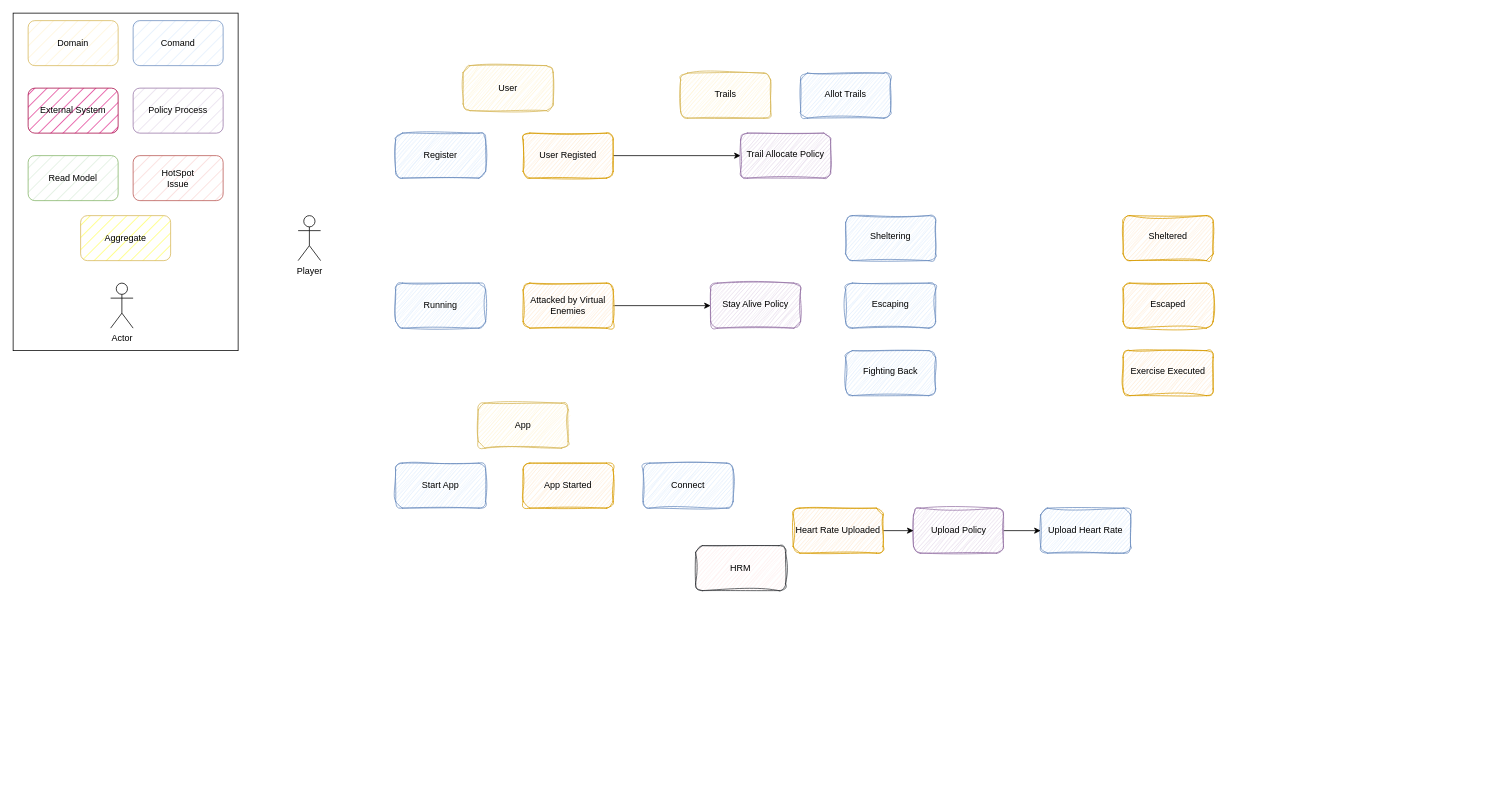
This is 735.drawio from CAS735-F23/macrun-yi_xiaoran_xue, a draw.io file, before an edit. Source tidied: cells renumbered, new cells numbered last; positions are measured from the earlier drawing's top-left corner, leaving out a move shared by most shapes. Both pictures are drawn from the tidied source at 75%, with x=0, y=0 at pixel (13, 13).
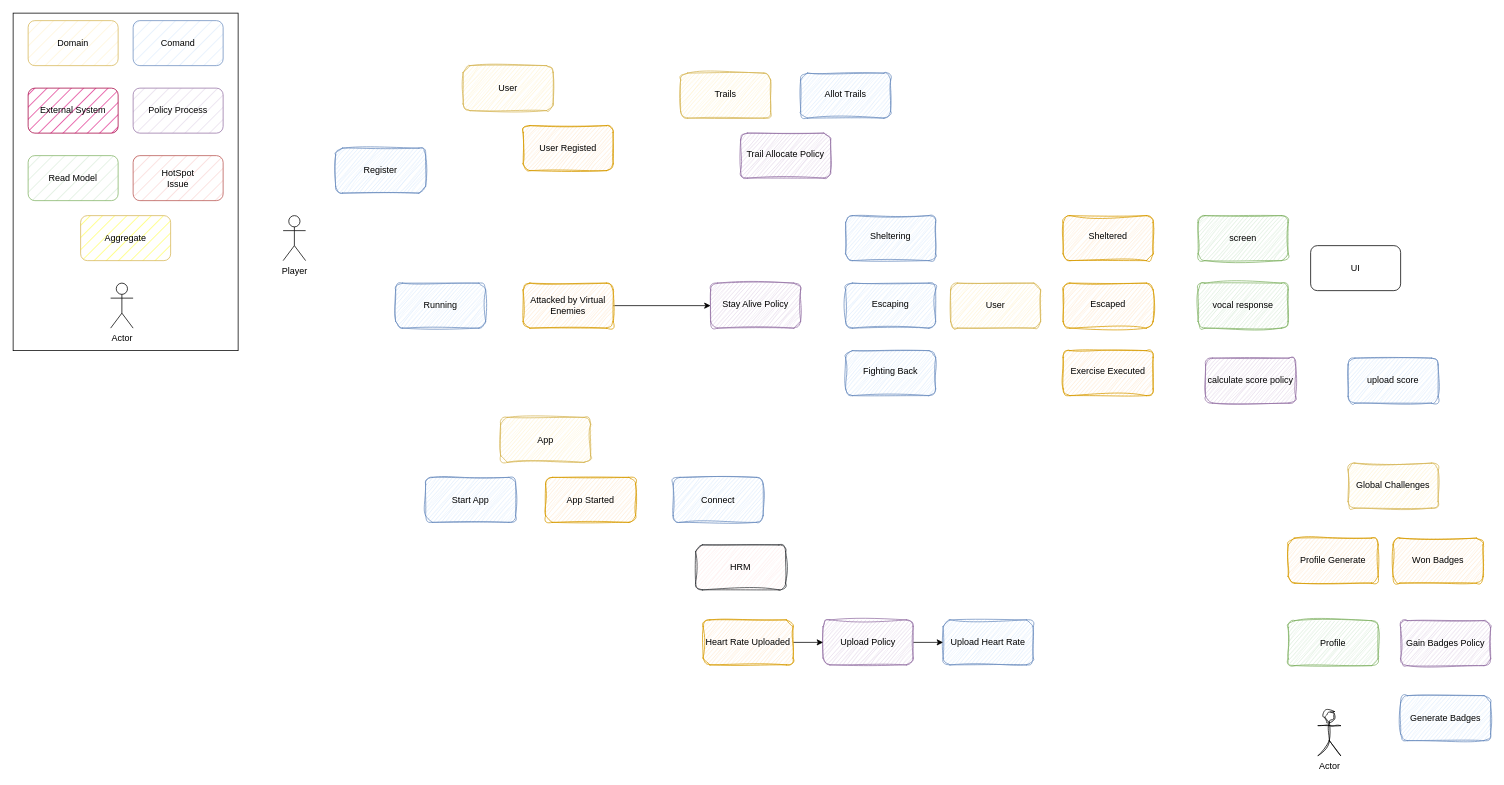
The same diagram, later.

The change refers to these unchanged cells:
```xml
<mxCell id="17" value="&lt;br&gt;Trail Allocate Policy" style="rounded=1;whiteSpace=wrap;html=1;sketch=1;jiggle=2;fillStyle=hatch;curveFitting=1;strokeColor=#9673a6;align=center;verticalAlign=top;fontFamily=Helvetica;fontSize=12;fillColor=#e1d5e7;" parent="1" vertex="1">
  <mxGeometry x="970" y="160" width="120" height="60" as="geometry" />
</mxCell>
```

Change to the diagram source:
```diff
@@
     <mxCell id="12" value="Player" style="shape=umlActor;verticalLabelPosition=bottom;verticalAlign=top;html=1;" parent="1" vertex="1">
-      <mxGeometry x="380" y="270" width="30" height="60" as="geometry" />
+      <mxGeometry x="360" y="270" width="30" height="60" as="geometry" />
     </mxCell>
     <mxCell id="13" value="Register" style="rounded=1;whiteSpace=wrap;html=1;fillColor=#dae8fc;strokeColor=#6c8ebf;fillStyle=hatch;sketch=1;curveFitting=1;jiggle=2;" parent="1" vertex="1">
-      <mxGeometry x="510" y="160" width="120" height="60" as="geometry" />
+      <mxGeometry x="430" y="180" width="120" height="60" as="geometry" />
     </mxCell>
@@
-    <mxCell id="15" style="edgeStyle=orthogonalEdgeStyle;rounded=0;jettySize=auto;html=1;entryX=0;entryY=0.5;entryDx=0;entryDy=0;fontFamily=Helvetica;fontSize=12;fontColor=default;" parent="1" edge="1" source="16" target="17">
-      <mxGeometry relative="1" as="geometry" />
-    </mxCell>
     <mxCell id="16" value="User Registed" style="rounded=1;whiteSpace=wrap;html=1;sketch=1;jiggle=2;fillStyle=hatch;curveFitting=1;strokeColor=#d79b00;align=center;verticalAlign=middle;fontFamily=Helvetica;fontSize=12;fillColor=#ffe6cc;" parent="1" vertex="1">
-      <mxGeometry x="680" y="160" width="120" height="60" as="geometry" />
+      <mxGeometry x="680" y="150" width="120" height="60" as="geometry" />
     </mxCell>
@@
     <mxCell id="27" value="HRM" style="rounded=1;whiteSpace=wrap;html=1;sketch=1;jiggle=2;fillStyle=hatch;curveFitting=1;strokeColor=#36393d;align=center;verticalAlign=middle;fontFamily=Helvetica;fontSize=12;fillColor=#FFE9E8;" parent="1" vertex="1">
-      <mxGeometry x="910" y="710" width="120" height="60" as="geometry" />
+      <mxGeometry x="910" y="709" width="120" height="60" as="geometry" />
     </mxCell>
     <mxCell id="28" value="Start App" style="rounded=1;whiteSpace=wrap;html=1;fillColor=#dae8fc;strokeColor=#6c8ebf;fillStyle=hatch;sketch=1;curveFitting=1;jiggle=2;" parent="1" vertex="1">
-      <mxGeometry x="510" y="600" width="120" height="60" as="geometry" />
+      <mxGeometry x="550" y="619" width="120" height="60" as="geometry" />
     </mxCell>
     <mxCell id="29" value="Upload Heart Rate" style="rounded=1;whiteSpace=wrap;html=1;sketch=1;jiggle=2;fillStyle=hatch;curveFitting=1;strokeColor=#6c8ebf;align=center;verticalAlign=middle;fontFamily=Helvetica;fontSize=12;fillColor=#dae8fc;" parent="1" vertex="1">
-      <mxGeometry x="1370" y="660" width="120" height="60" as="geometry" />
+      <mxGeometry x="1240" y="809" width="120" height="60" as="geometry" />
     </mxCell>
     <mxCell id="30" value="App" style="rounded=1;whiteSpace=wrap;html=1;sketch=1;jiggle=2;fillStyle=hatch;curveFitting=1;strokeColor=#d6b656;align=center;verticalAlign=middle;fontFamily=Helvetica;fontSize=12;fillColor=#fff2cc;" parent="1" vertex="1">
-      <mxGeometry x="620" y="520" width="120" height="60" as="geometry" />
+      <mxGeometry x="650" y="539" width="120" height="60" as="geometry" />
     </mxCell>
     <mxCell id="31" value="&lt;br&gt;Sheltered" style="rounded=1;whiteSpace=wrap;html=1;fillStyle=hatch;strokeColor=#d79b00;align=center;verticalAlign=top;fontFamily=Helvetica;fontSize=12;fillColor=#ffe6cc;sketch=1;curveFitting=1;jiggle=2;" parent="1" vertex="1">
-      <mxGeometry x="1480" y="270" width="120" height="60" as="geometry" />
+      <mxGeometry x="1400" y="270" width="120" height="60" as="geometry" />
     </mxCell>
     <mxCell id="32" value="App Started" style="rounded=1;whiteSpace=wrap;html=1;sketch=1;jiggle=2;fillStyle=hatch;curveFitting=1;strokeColor=#d79b00;align=center;verticalAlign=middle;fontFamily=Helvetica;fontSize=12;fillColor=#ffe6cc;" parent="1" vertex="1">
-      <mxGeometry x="680" y="600" width="120" height="60" as="geometry" />
+      <mxGeometry x="710" y="619" width="120" height="60" as="geometry" />
     </mxCell>
     <mxCell id="33" value="&lt;br&gt;Escaped" style="rounded=1;whiteSpace=wrap;html=1;fillStyle=hatch;strokeColor=#d79b00;align=center;verticalAlign=top;fontFamily=Helvetica;fontSize=12;fillColor=#ffe6cc;sketch=1;curveFitting=1;jiggle=2;" parent="1" vertex="1">
-      <mxGeometry x="1480" y="360" width="120" height="60" as="geometry" />
+      <mxGeometry x="1400" y="360" width="120" height="60" as="geometry" />
     </mxCell>
@@
     <mxCell id="35" value="&lt;br&gt;Exercise Executed" style="rounded=1;whiteSpace=wrap;html=1;fillStyle=hatch;strokeColor=#d79b00;align=center;verticalAlign=top;fontFamily=Helvetica;fontSize=12;fillColor=#ffe6cc;sketch=1;curveFitting=1;jiggle=2;" parent="1" vertex="1">
-      <mxGeometry x="1480" y="450" width="120" height="60" as="geometry" />
+      <mxGeometry x="1400" y="450" width="120" height="60" as="geometry" />
     </mxCell>
     <mxCell id="36" value="Upload Policy" style="rounded=1;whiteSpace=wrap;html=1;sketch=1;jiggle=2;fillStyle=hatch;curveFitting=1;strokeColor=#9673a6;align=center;verticalAlign=middle;fontFamily=Helvetica;fontSize=12;fillColor=#e1d5e7;" parent="1" vertex="1">
-      <mxGeometry x="1200.5" y="660" width="120" height="60" as="geometry" />
+      <mxGeometry x="1080" y="809" width="120" height="60" as="geometry" />
     </mxCell>
@@
     <mxCell id="38" value="Heart Rate Uploaded" style="rounded=1;whiteSpace=wrap;html=1;sketch=1;jiggle=2;fillStyle=hatch;curveFitting=1;strokeColor=#d79b00;align=center;verticalAlign=middle;fontFamily=Helvetica;fontSize=12;fillColor=#ffe6cc;" parent="1" vertex="1">
-      <mxGeometry x="1040" y="660" width="120" height="60" as="geometry" />
+      <mxGeometry x="920" y="809" width="120" height="60" as="geometry" />
     </mxCell>
     <mxCell id="39" value="Connect" style="rounded=1;whiteSpace=wrap;html=1;sketch=1;jiggle=2;fillStyle=hatch;curveFitting=1;strokeColor=#6c8ebf;align=center;verticalAlign=middle;fontFamily=Helvetica;fontSize=12;fillColor=#dae8fc;" parent="1" vertex="1">
-      <mxGeometry x="840" y="600" width="120" height="60" as="geometry" />
+      <mxGeometry x="880" y="619" width="120" height="60" as="geometry" />
     </mxCell>
@@
+    <mxCell id="41" value="User" style="rounded=1;whiteSpace=wrap;html=1;sketch=1;jiggle=2;fillStyle=hatch;curveFitting=1;strokeColor=#d6b656;align=center;verticalAlign=middle;fontFamily=Helvetica;fontSize=12;fillColor=#fff2cc;" parent="1" vertex="1">
+      <mxGeometry x="1250" y="360" width="120" height="60" as="geometry" />
+    </mxCell>
+    <mxCell id="42" value="screen" style="rounded=1;whiteSpace=wrap;html=1;fillColor=#d5e8d4;strokeColor=#82b366;fillStyle=hatch;sketch=1;curveFitting=1;jiggle=2;" parent="1" vertex="1">
+      <mxGeometry x="1580" y="270" width="120" height="60" as="geometry" />
+    </mxCell>
+    <mxCell id="43" value="vocal response" style="rounded=1;whiteSpace=wrap;html=1;fillColor=#d5e8d4;strokeColor=#82b366;fillStyle=hatch;sketch=1;curveFitting=1;jiggle=2;" parent="1" vertex="1">
+      <mxGeometry x="1580" y="360" width="120" height="60" as="geometry" />
+    </mxCell>
+    <mxCell id="44" value="UI" style="rounded=1;whiteSpace=wrap;html=1;" parent="1" vertex="1">
+      <mxGeometry x="1730" y="310" width="120" height="60" as="geometry" />
+    </mxCell>
+    <mxCell id="45" value="Global Challenges" style="rounded=1;whiteSpace=wrap;html=1;sketch=1;jiggle=2;fillStyle=hatch;curveFitting=1;strokeColor=#d6b656;align=center;verticalAlign=middle;fontFamily=Helvetica;fontSize=12;fillColor=#fff2cc;" parent="1" vertex="1">
+      <mxGeometry x="1780" y="600" width="120" height="60" as="geometry" />
+    </mxCell>
+    <mxCell id="46" value="calculate score policy" style="rounded=1;whiteSpace=wrap;html=1;sketch=1;jiggle=2;fillStyle=hatch;curveFitting=1;strokeColor=#9673a6;align=center;verticalAlign=middle;fontFamily=Helvetica;fontSize=12;fillColor=#e1d5e7;" parent="1" vertex="1">
+      <mxGeometry x="1590" y="460" width="120" height="60" as="geometry" />
+    </mxCell>
+    <mxCell id="47" value="upload score" style="rounded=1;whiteSpace=wrap;html=1;sketch=1;jiggle=2;fillStyle=hatch;curveFitting=1;strokeColor=#6c8ebf;align=center;verticalAlign=middle;fontFamily=Helvetica;fontSize=12;fillColor=#dae8fc;" parent="1" vertex="1">
+      <mxGeometry x="1780" y="460" width="120" height="60" as="geometry" />
+    </mxCell>
+    <mxCell id="48" value="Profile Generate" style="rounded=1;whiteSpace=wrap;html=1;sketch=1;jiggle=2;fillStyle=hatch;curveFitting=1;strokeColor=#d79b00;align=center;verticalAlign=middle;fontFamily=Helvetica;fontSize=12;fillColor=#ffe6cc;" parent="1" vertex="1">
+      <mxGeometry x="1700" y="700" width="120" height="60" as="geometry" />
+    </mxCell>
+    <mxCell id="49" value="Won Badges" style="rounded=1;whiteSpace=wrap;html=1;sketch=1;jiggle=2;fillStyle=hatch;curveFitting=1;strokeColor=#d79b00;align=center;verticalAlign=middle;fontFamily=Helvetica;fontSize=12;fillColor=#ffe6cc;" parent="1" vertex="1">
+      <mxGeometry x="1840" y="700" width="120" height="60" as="geometry" />
+    </mxCell>
+    <mxCell id="50" value="Profile" style="rounded=1;whiteSpace=wrap;html=1;sketch=1;jiggle=2;fillStyle=hatch;curveFitting=1;strokeColor=#82b366;align=center;verticalAlign=middle;fontFamily=Helvetica;fontSize=12;fillColor=#d5e8d4;" parent="1" vertex="1">
+      <mxGeometry x="1700" y="810" width="120" height="60" as="geometry" />
+    </mxCell>
+    <mxCell id="51" value="Actor" style="shape=umlActor;verticalLabelPosition=bottom;verticalAlign=top;html=1;rounded=1;sketch=1;jiggle=2;fillStyle=hatch;curveFitting=1;align=center;fontFamily=Helvetica;fontSize=12;" parent="1" vertex="1">
+      <mxGeometry x="1740" y="930" width="30" height="60" as="geometry" />
+    </mxCell>
+    <mxCell id="52" value="Gain Badges Policy" style="rounded=1;whiteSpace=wrap;html=1;sketch=1;jiggle=2;fillStyle=hatch;curveFitting=1;strokeColor=#9673a6;align=center;verticalAlign=middle;fontFamily=Helvetica;fontSize=12;fillColor=#e1d5e7;" parent="1" vertex="1">
+      <mxGeometry x="1850" y="810" width="120" height="60" as="geometry" />
+    </mxCell>
+    <mxCell id="53" value="Generate Badges" style="rounded=1;whiteSpace=wrap;html=1;sketch=1;jiggle=2;fillStyle=hatch;curveFitting=1;strokeColor=#6c8ebf;align=center;verticalAlign=middle;fontFamily=Helvetica;fontSize=12;fillColor=#dae8fc;" parent="1" vertex="1">
+      <mxGeometry x="1850" y="910" width="120" height="60" as="geometry" />
+    </mxCell>
```
